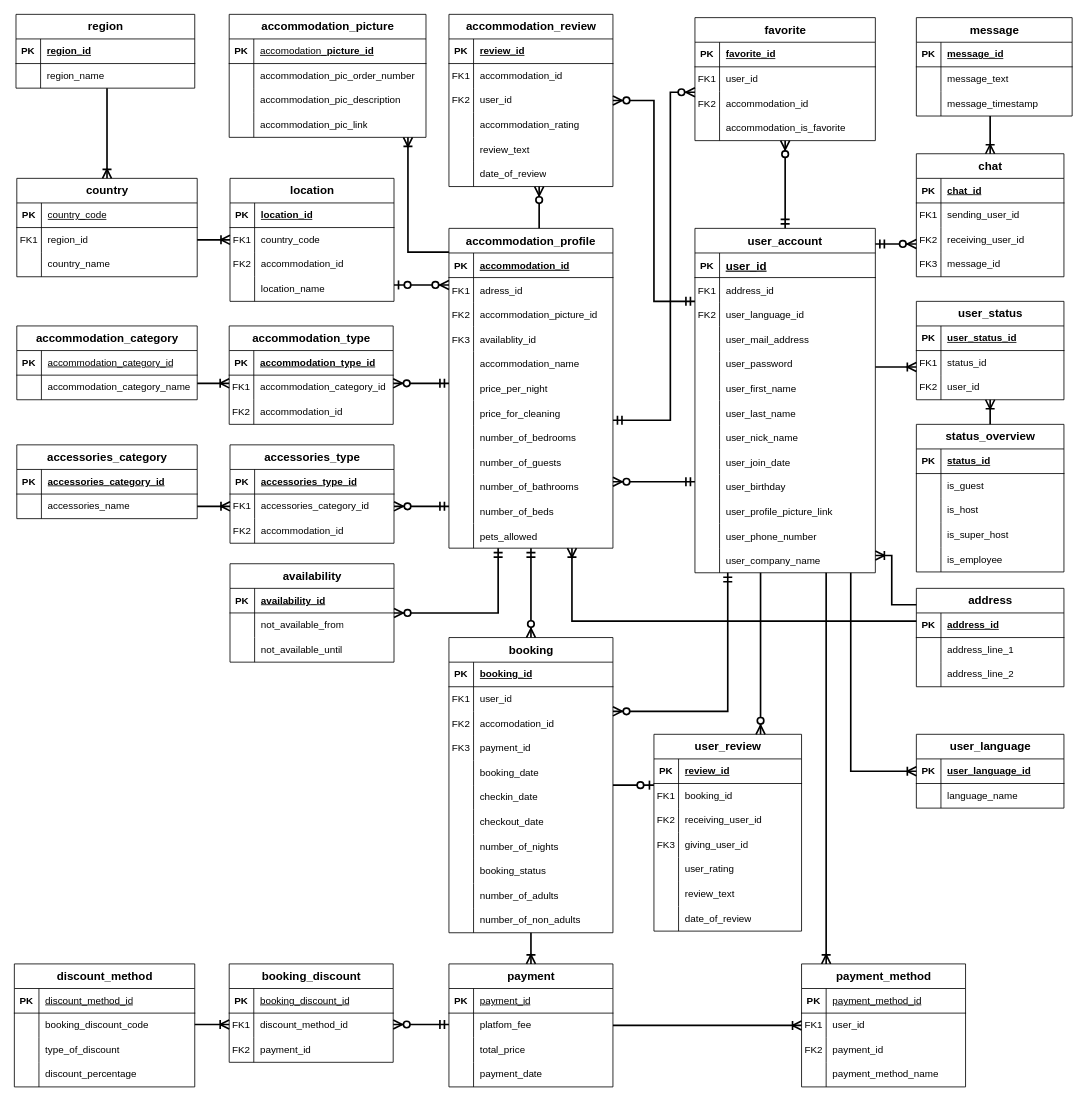
DaSteff91/SQL_Repo keeps this draw.io diagram as Steffbnb.drawio. Above is the earlier version. Source tidied: cells renumbered, new cells numbered last; positions are measured from the earlier drawing's top-left corner, leaving out a move shared by most shapes. Both pictures are drawn from the tidied source at 82%, with x=0, y=0 at pixel (14, 14).
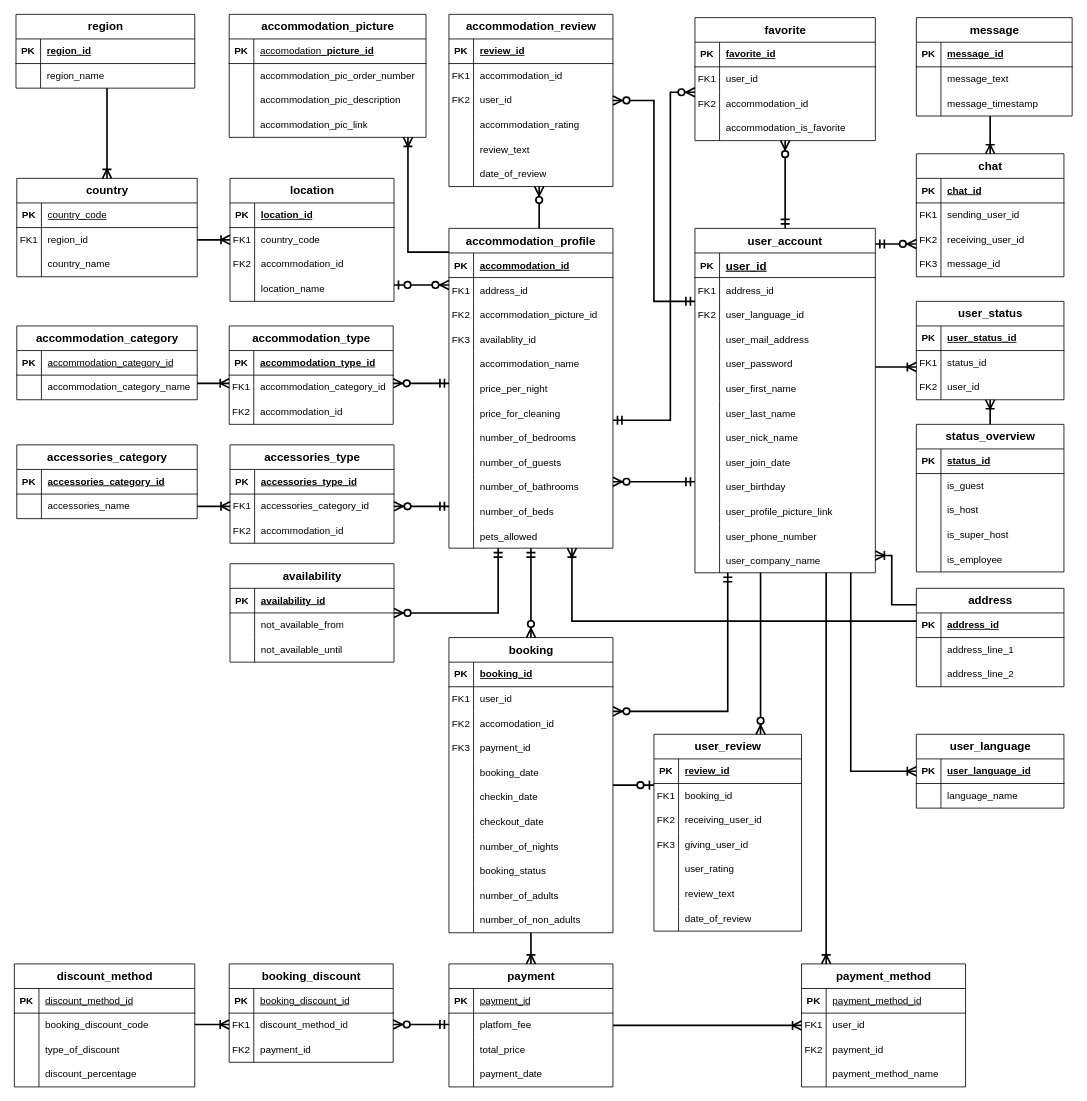
Above is the later version.

The change refers to these unchanged cells:
```xml
<mxCell id="46" style="shape=partialRectangle;fillColor=none;top=0;left=0;right=0;bottom=0;labelBackgroundColor=none;" parent="42" vertex="1">
  <mxGeometry y="60" width="200" height="30" as="geometry" />
</mxCell>
```

Diff of the diagram source:
```diff
@@
-<mxGraphModel>
+<mxGraphModel background="#FFFFFF">
@@
-    <mxCell id="48" value="adress_id" style="shape=partialRectangle;overflow=hidden;fillColor=none;top=0;left=0;bottom=0;right=0;align=left;spacingLeft=6;labelBackgroundColor=none;" parent="46" vertex="1">
+    <mxCell id="48" value="address_id" style="shape=partialRectangle;overflow=hidden;fillColor=none;top=0;left=0;bottom=0;right=0;align=left;spacingLeft=6;labelBackgroundColor=none;" parent="46" vertex="1">
       <mxGeometry x="30" width="170" height="30" as="geometry" />
     </mxCell>
```
